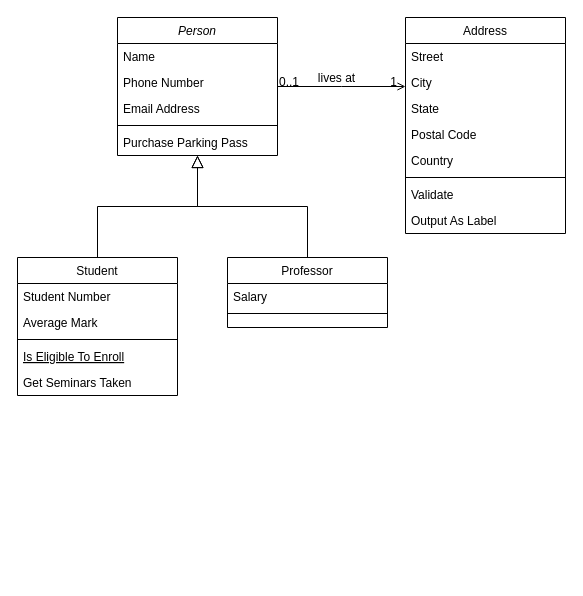
jaltgen/obsidian-meeting-workflow keeps this draw.io diagram as Unbenanntes Diagramm.drawio. Above is the earlier version. Source tidied: cells renumbered, new cells numbered last; positions are measured from the earlier drawing's top-left corner, leaving out a move shared by most shapes. Both pictures are drawn from the tidied source at 100%, with x=0, y=0 at pixel (17, 17).
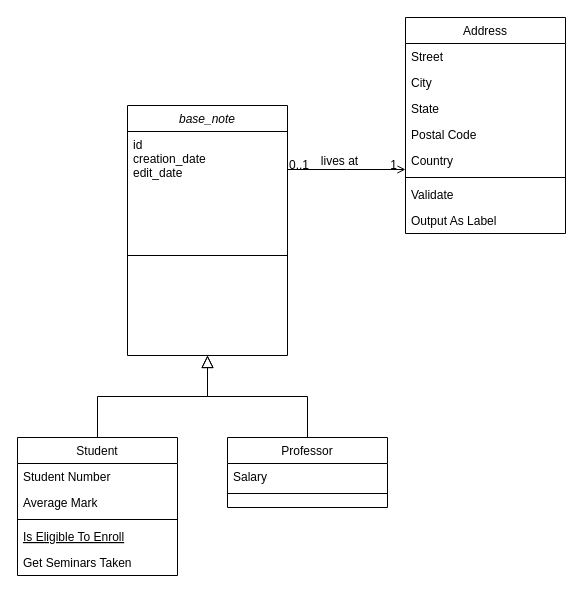
The same page after the edit.

Commit message:
OOPKM_Class-Draft_v0

Change to the diagram source:
```diff
@@
-    <mxCell id="2" value="Person" style="swimlane;fontStyle=2;align=center;verticalAlign=top;horizontal=1;startSize=26;rounded=0;shadow=0;strokeWidth=1;" parent="1" vertex="1">
-      <mxGeometry x="100" width="160" height="138" as="geometry" />
+    <mxCell id="2" value="base_note" style="swimlane;fontStyle=2;align=center;verticalAlign=top;horizontal=1;startSize=26;rounded=0;shadow=0;strokeWidth=1;" parent="1" vertex="1">
+      <mxGeometry x="110" y="88" width="160" height="250" as="geometry" />
     </mxCell>
-    <mxCell id="3" value="Name" style="text;align=left;verticalAlign=top;spacingLeft=4;spacingRight=4;overflow=hidden;" parent="2" vertex="1">
-      <mxGeometry y="26" width="160" height="26" as="geometry" />
+    <mxCell id="3" value="id&#10;creation_date&#10;edit_date&#10;" style="text;align=left;verticalAlign=top;spacingLeft=4;spacingRight=4;overflow=hidden;strokeColor=default;" parent="2" vertex="1">
+      <mxGeometry y="26" width="160" height="124" as="geometry" />
     </mxCell>
-    <mxCell id="4" value="Phone Number" style="text;align=left;verticalAlign=top;spacingLeft=4;spacingRight=4;overflow=hidden;rounded=0;shadow=0;html=0;" parent="2" vertex="1">
-      <mxGeometry y="52" width="160" height="26" as="geometry" />
-    </mxCell>
-    <mxCell id="5" value="Email Address" style="text;align=left;verticalAlign=top;spacingLeft=4;spacingRight=4;overflow=hidden;rounded=0;shadow=0;html=0;" parent="2" vertex="1">
-      <mxGeometry y="78" width="160" height="26" as="geometry" />
-    </mxCell>
-    <mxCell id="6" style="line;html=1;strokeWidth=1;align=left;verticalAlign=middle;spacingTop=-1;spacingLeft=3;spacingRight=3;labelPosition=right;" parent="2" vertex="1">
-      <mxGeometry y="104" width="160" height="8" as="geometry" />
-    </mxCell>
-    <mxCell id="7" value="Purchase Parking Pass" style="text;align=left;verticalAlign=top;spacingLeft=4;spacingRight=4;overflow=hidden;" parent="2" vertex="1">
-      <mxGeometry y="112" width="160" height="26" as="geometry" />
-    </mxCell>
     <mxCell id="8" value="Student" style="swimlane;fontStyle=0;align=center;verticalAlign=top;horizontal=1;startSize=26;rounded=0;shadow=0;strokeWidth=1;" parent="1" vertex="1">
-      <mxGeometry y="240" width="160" height="138" as="geometry" />
+      <mxGeometry y="420" width="160" height="138" as="geometry" />
     </mxCell>
@@
     <mxCell id="15" value="Professor" style="swimlane;fontStyle=0;align=center;verticalAlign=top;horizontal=1;startSize=26;rounded=0;shadow=0;strokeWidth=1;" parent="1" vertex="1">
-      <mxGeometry x="210" y="240" width="160" height="70" as="geometry" />
+      <mxGeometry x="210" y="420" width="160" height="70" as="geometry" />
     </mxCell>
```
